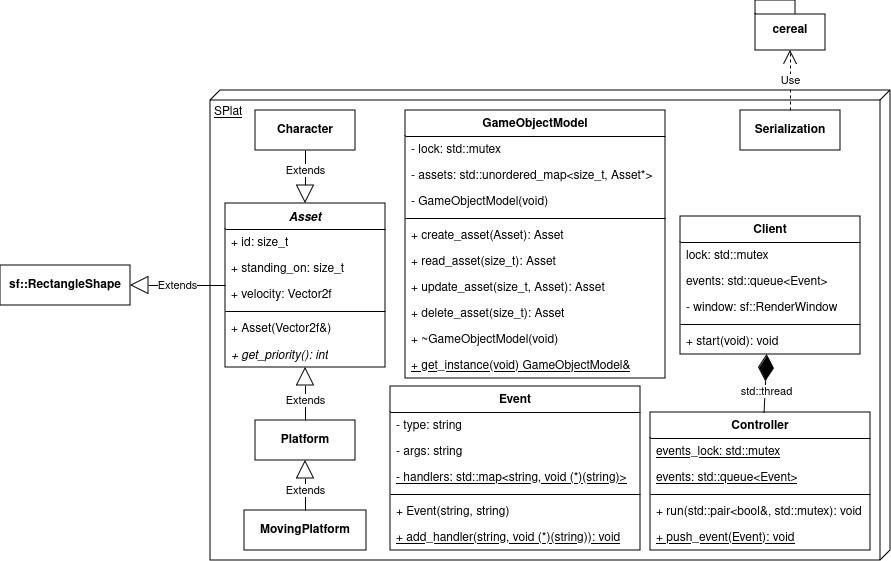
Earlier version of the draw.io export uml/splat_i1_initial.png (mwhicks-dev/SPlat). Source tidied: cells renumbered, new cells last; positions are measured from the earlier drawing's top-left corner, leaving out a move shared by most shapes.
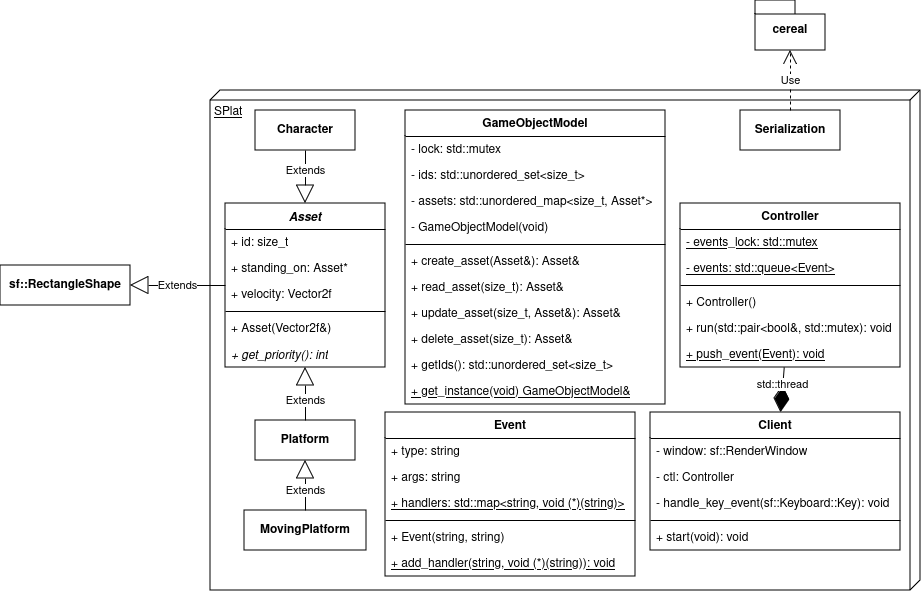
The same file after the commit.

Commit message:
Updated UML with implemented types #3

Change to the diagram source:
```diff
@@ -3,7 +3,7 @@
     <mxCell id="0" />
     <mxCell id="1" parent="0" />
     <mxCell id="2" value="SPlat" style="verticalAlign=top;align=left;spacingTop=8;spacingLeft=2;spacingRight=12;shape=cube;size=10;direction=south;fontStyle=4;html=1;whiteSpace=wrap;" parent="1" vertex="1">
-      <mxGeometry x="210" y="90" width="680" height="470" as="geometry" />
+      <mxGeometry x="210" y="90" width="710" height="500" as="geometry" />
     </mxCell>
     <mxCell id="3" value="&lt;b&gt;sf::RectangleShape&lt;/b&gt;" style="rounded=0;whiteSpace=wrap;html=1;" parent="1" vertex="1">
       <mxGeometry y="265" width="130" height="40" as="geometry" />
@@ -14,7 +14,7 @@
     <mxCell id="5" value="+ id: size_t" style="text;strokeColor=none;fillColor=none;align=left;verticalAlign=top;spacingLeft=4;spacingRight=4;overflow=hidden;whiteSpace=wrap;html=1;fontStyle=0;" parent="4" vertex="1">
       <mxGeometry y="26" width="160" height="26" as="geometry" />
     </mxCell>
-    <mxCell id="6" value="+ standing_on: size_t" style="text;strokeColor=none;fillColor=none;align=left;verticalAlign=top;spacingLeft=4;spacingRight=4;overflow=hidden;whiteSpace=wrap;html=1;fontStyle=0;" parent="4" vertex="1">
+    <mxCell id="6" value="+ standing_on: Asset*" style="text;strokeColor=none;fillColor=none;align=left;verticalAlign=top;spacingLeft=4;spacingRight=4;overflow=hidden;whiteSpace=wrap;html=1;fontStyle=0;" parent="4" vertex="1">
       <mxGeometry y="52" width="160" height="26" as="geometry" />
     </mxCell>
     <mxCell id="7" value="+ velocity: Vector2f" style="text;strokeColor=none;fillColor=none;align=left;verticalAlign=top;spacingLeft=4;spacingRight=4;overflow=hidden;whiteSpace=wrap;html=1;fontStyle=0;" parent="4" vertex="1">
@@ -51,73 +51,79 @@
       <mxGeometry x="-0.2" relative="1" as="geometry" />
     </mxCell>
     <mxCell id="18" value="GameObjectModel" style="swimlane;fontStyle=1;align=center;verticalAlign=top;horizontal=1;startSize=26;whiteSpace=wrap;html=1;" parent="1" vertex="1">
-      <mxGeometry x="405" y="110" width="260" height="268" as="geometry" />
+      <mxGeometry x="405" y="110" width="260" height="294" as="geometry" />
     </mxCell>
     <mxCell id="19" value="- lock: std::mutex" style="text;strokeColor=none;fillColor=none;align=left;verticalAlign=top;spacingLeft=4;spacingRight=4;overflow=hidden;whiteSpace=wrap;html=1;fontStyle=0;" parent="18" vertex="1">
       <mxGeometry y="26" width="260" height="26" as="geometry" />
     </mxCell>
+    <mxCell id="53" value="- ids: std::unordered_set&amp;lt;size_t&amp;gt;" style="text;strokeColor=none;fillColor=none;align=left;verticalAlign=top;spacingLeft=4;spacingRight=4;overflow=hidden;whiteSpace=wrap;html=1;fontStyle=0;" parent="18" vertex="1">
+      <mxGeometry y="52" width="260" height="26" as="geometry" />
+    </mxCell>
     <mxCell id="20" value="- assets: std::unordered_map&amp;lt;size_t, Asset*&amp;gt;" style="text;strokeColor=none;fillColor=none;align=left;verticalAlign=top;spacingLeft=4;spacingRight=4;overflow=hidden;whiteSpace=wrap;html=1;fontStyle=0;" parent="18" vertex="1">
-      <mxGeometry y="52" width="260" height="26" as="geometry" />
+      <mxGeometry y="78" width="260" height="26" as="geometry" />
     </mxCell>
     <mxCell id="21" value="- GameObjectModel(void)" style="text;strokeColor=none;fillColor=none;align=left;verticalAlign=top;spacingLeft=4;spacingRight=4;overflow=hidden;whiteSpace=wrap;html=1;fontStyle=0;" parent="18" vertex="1">
-      <mxGeometry y="78" width="260" height="26" as="geometry" />
+      <mxGeometry y="104" width="260" height="26" as="geometry" />
     </mxCell>
     <mxCell id="22" style="line;strokeWidth=1;fillColor=none;align=left;verticalAlign=middle;spacingTop=-1;spacingLeft=3;spacingRight=3;labelPosition=right;strokeColor=inherit;" parent="18" vertex="1">
-      <mxGeometry y="104" width="260" height="8" as="geometry" />
+      <mxGeometry y="130" width="260" height="8" as="geometry" />
     </mxCell>
-    <mxCell id="23" value="+ create_asset(Asset): Asset" style="text;strokeColor=none;fillColor=none;align=left;verticalAlign=top;spacingLeft=4;spacingRight=4;overflow=hidden;whiteSpace=wrap;html=1;fontStyle=0;" parent="18" vertex="1">
-      <mxGeometry y="112" width="260" height="26" as="geometry" />
+    <mxCell id="23" value="+ create_asset(Asset&amp;amp;): Asset&amp;amp;" style="text;strokeColor=none;fillColor=none;align=left;verticalAlign=top;spacingLeft=4;spacingRight=4;overflow=hidden;whiteSpace=wrap;html=1;fontStyle=0;" parent="18" vertex="1">
+      <mxGeometry y="138" width="260" height="26" as="geometry" />
     </mxCell>
-    <mxCell id="24" value="+ read_asset(size_t): Asset" style="text;strokeColor=none;fillColor=none;align=left;verticalAlign=top;spacingLeft=4;spacingRight=4;overflow=hidden;whiteSpace=wrap;html=1;fontStyle=0;" parent="18" vertex="1">
-      <mxGeometry y="138" width="260" height="26" as="geometry" />
+    <mxCell id="24" value="+ read_asset(size_t): Asset&amp;amp;" style="text;strokeColor=none;fillColor=none;align=left;verticalAlign=top;spacingLeft=4;spacingRight=4;overflow=hidden;whiteSpace=wrap;html=1;fontStyle=0;" parent="18" vertex="1">
+      <mxGeometry y="164" width="260" height="26" as="geometry" />
     </mxCell>
-    <mxCell id="25" value="+ update_asset(size_t, Asset): Asset" style="text;strokeColor=none;fillColor=none;align=left;verticalAlign=top;spacingLeft=4;spacingRight=4;overflow=hidden;whiteSpace=wrap;html=1;fontStyle=0;" parent="18" vertex="1">
-      <mxGeometry y="164" width="260" height="26" as="geometry" />
+    <mxCell id="25" value="+ update_asset(size_t, Asset&amp;amp;): Asset&amp;amp;" style="text;strokeColor=none;fillColor=none;align=left;verticalAlign=top;spacingLeft=4;spacingRight=4;overflow=hidden;whiteSpace=wrap;html=1;fontStyle=0;" parent="18" vertex="1">
+      <mxGeometry y="190" width="260" height="26" as="geometry" />
     </mxCell>
-    <mxCell id="26" value="+ delete_asset(size_t): Asset" style="text;strokeColor=none;fillColor=none;align=left;verticalAlign=top;spacingLeft=4;spacingRight=4;overflow=hidden;whiteSpace=wrap;html=1;fontStyle=0;" parent="18" vertex="1">
-      <mxGeometry y="190" width="260" height="26" as="geometry" />
+    <mxCell id="26" value="+ delete_asset(size_t): Asset&amp;amp;" style="text;strokeColor=none;fillColor=none;align=left;verticalAlign=top;spacingLeft=4;spacingRight=4;overflow=hidden;whiteSpace=wrap;html=1;fontStyle=0;" parent="18" vertex="1">
+      <mxGeometry y="216" width="260" height="26" as="geometry" />
     </mxCell>
-    <mxCell id="27" value="+ ~GameObjectModel(void)" style="text;strokeColor=none;fillColor=none;align=left;verticalAlign=top;spacingLeft=4;spacingRight=4;overflow=hidden;whiteSpace=wrap;html=1;fontStyle=0;" parent="18" vertex="1">
-      <mxGeometry y="216" width="260" height="26" as="geometry" />
-    </mxCell>
+    <mxCell id="54" value="+ getIds(): std::unordered_set&amp;lt;size_t&amp;gt;" style="text;strokeColor=none;fillColor=none;align=left;verticalAlign=top;spacingLeft=4;spacingRight=4;overflow=hidden;whiteSpace=wrap;html=1;fontStyle=0;" parent="18" vertex="1">
+      <mxGeometry y="242" width="260" height="26" as="geometry" />
+    </mxCell>
     <mxCell id="28" value="+ get_instance(void) GameObjectModel&amp;amp;" style="text;strokeColor=none;fillColor=none;align=left;verticalAlign=top;spacingLeft=4;spacingRight=4;overflow=hidden;whiteSpace=wrap;html=1;fontStyle=4;" parent="18" vertex="1">
-      <mxGeometry y="242" width="260" height="26" as="geometry" />
+      <mxGeometry y="268" width="260" height="26" as="geometry" />
     </mxCell>
     <mxCell id="29" value="Client" style="swimlane;fontStyle=1;align=center;verticalAlign=top;horizontal=1;startSize=26;whiteSpace=wrap;html=1;" parent="1" vertex="1">
-      <mxGeometry x="680" y="216" width="180" height="138" as="geometry" />
+      <mxGeometry x="650" y="412" width="250" height="138" as="geometry" />
     </mxCell>
-    <mxCell id="30" value="lock: std::mutex" style="text;strokeColor=none;fillColor=none;align=left;verticalAlign=top;spacingLeft=4;spacingRight=4;overflow=hidden;whiteSpace=wrap;html=1;" parent="29" vertex="1">
-      <mxGeometry y="26" width="180" height="26" as="geometry" />
-    </mxCell>
-    <mxCell id="31" value="events: std::queue&amp;lt;Event&amp;gt;" style="text;strokeColor=none;fillColor=none;align=left;verticalAlign=top;spacingLeft=4;spacingRight=4;overflow=hidden;whiteSpace=wrap;html=1;" parent="29" vertex="1">
-      <mxGeometry y="52" width="180" height="26" as="geometry" />
-    </mxCell>
     <mxCell id="32" value="- window: sf::RenderWindow" style="text;strokeColor=none;fillColor=none;align=left;verticalAlign=top;spacingLeft=4;spacingRight=4;overflow=hidden;whiteSpace=wrap;html=1;" parent="29" vertex="1">
-      <mxGeometry y="78" width="180" height="26" as="geometry" />
+      <mxGeometry y="26" width="250" height="26" as="geometry" />
     </mxCell>
+    <mxCell id="55" value="- ctl: Controller" style="text;strokeColor=none;fillColor=none;align=left;verticalAlign=top;spacingLeft=4;spacingRight=4;overflow=hidden;whiteSpace=wrap;html=1;" parent="29" vertex="1">
+      <mxGeometry y="52" width="250" height="26" as="geometry" />
+    </mxCell>
+    <mxCell id="56" value="- handle_key_event(sf::Keyboard::Key): void" style="text;strokeColor=none;fillColor=none;align=left;verticalAlign=top;spacingLeft=4;spacingRight=4;overflow=hidden;whiteSpace=wrap;html=1;" parent="29" vertex="1">
+      <mxGeometry y="78" width="250" height="26" as="geometry" />
+    </mxCell>
     <mxCell id="33" style="line;strokeWidth=1;fillColor=none;align=left;verticalAlign=middle;spacingTop=-1;spacingLeft=3;spacingRight=3;labelPosition=right;strokeColor=inherit;" parent="29" vertex="1">
-      <mxGeometry y="104" width="180" height="8" as="geometry" />
+      <mxGeometry y="104" width="250" height="8" as="geometry" />
     </mxCell>
     <mxCell id="34" value="+ start(void): void" style="text;strokeColor=none;fillColor=none;align=left;verticalAlign=top;spacingLeft=4;spacingRight=4;overflow=hidden;whiteSpace=wrap;html=1;" parent="29" vertex="1">
-      <mxGeometry y="112" width="180" height="26" as="geometry" />
+      <mxGeometry y="112" width="250" height="26" as="geometry" />
     </mxCell>
     <mxCell id="35" value="Controller" style="swimlane;fontStyle=1;align=center;verticalAlign=top;horizontal=1;startSize=26;whiteSpace=wrap;html=1;" parent="1" vertex="1">
-      <mxGeometry x="650" y="412" width="220" height="138" as="geometry" />
+      <mxGeometry x="680" y="203" width="220" height="164" as="geometry" />
     </mxCell>
-    <mxCell id="36" value="events_lock: std::mutex" style="text;strokeColor=none;fillColor=none;align=left;verticalAlign=top;spacingLeft=4;spacingRight=4;overflow=hidden;whiteSpace=wrap;html=1;fontStyle=4;" parent="35" vertex="1">
+    <mxCell id="36" value="- events_lock: std::mutex" style="text;strokeColor=none;fillColor=none;align=left;verticalAlign=top;spacingLeft=4;spacingRight=4;overflow=hidden;whiteSpace=wrap;html=1;fontStyle=4;" parent="35" vertex="1">
       <mxGeometry y="26" width="220" height="26" as="geometry" />
     </mxCell>
-    <mxCell id="37" value="events: std::queue&amp;lt;Event&amp;gt;" style="text;strokeColor=none;fillColor=none;align=left;verticalAlign=top;spacingLeft=4;spacingRight=4;overflow=hidden;whiteSpace=wrap;html=1;fontStyle=4;" parent="35" vertex="1">
+    <mxCell id="37" value="- events: std::queue&amp;lt;Event&amp;gt;" style="text;strokeColor=none;fillColor=none;align=left;verticalAlign=top;spacingLeft=4;spacingRight=4;overflow=hidden;whiteSpace=wrap;html=1;fontStyle=4;" parent="35" vertex="1">
       <mxGeometry y="52" width="220" height="26" as="geometry" />
     </mxCell>
     <mxCell id="38" style="line;strokeWidth=1;fillColor=none;align=left;verticalAlign=middle;spacingTop=-1;spacingLeft=3;spacingRight=3;labelPosition=right;strokeColor=inherit;" parent="35" vertex="1">
       <mxGeometry y="78" width="220" height="8" as="geometry" />
     </mxCell>
+    <mxCell id="57" value="+ Controller()" style="text;strokeColor=none;fillColor=none;align=left;verticalAlign=top;spacingLeft=4;spacingRight=4;overflow=hidden;whiteSpace=wrap;html=1;" parent="35" vertex="1">
+      <mxGeometry y="86" width="220" height="26" as="geometry" />
+    </mxCell>
     <mxCell id="39" value="+ run(std::pair&amp;lt;bool&amp;amp;, std::mutex): void" style="text;strokeColor=none;fillColor=none;align=left;verticalAlign=top;spacingLeft=4;spacingRight=4;overflow=hidden;whiteSpace=wrap;html=1;" parent="35" vertex="1">
-      <mxGeometry y="86" width="220" height="26" as="geometry" />
+      <mxGeometry y="112" width="220" height="26" as="geometry" />
     </mxCell>
     <mxCell id="40" value="+ push_event(Event): void" style="text;strokeColor=none;fillColor=none;align=left;verticalAlign=top;spacingLeft=4;spacingRight=4;overflow=hidden;whiteSpace=wrap;html=1;fontStyle=4;" parent="35" vertex="1">
-      <mxGeometry y="112" width="220" height="26" as="geometry" />
+      <mxGeometry y="138" width="220" height="26" as="geometry" />
     </mxCell>
     <mxCell id="41" style="endArrow=diamondThin;endFill=1;endSize=24;html=1;rounded=0;" parent="1" edge="1" source="35" target="29">
       <mxGeometry relative="1" as="geometry" />
@@ -126,15 +132,15 @@
       <mxGeometry x="-0.24" y="-1" relative="1" as="geometry" />
     </mxCell>
     <mxCell id="43" value="Event" style="swimlane;fontStyle=1;align=center;verticalAlign=top;horizontal=1;startSize=26;whiteSpace=wrap;html=1;" parent="1" vertex="1">
-      <mxGeometry x="390" y="386" width="250" height="164" as="geometry" />
+      <mxGeometry x="385" y="412" width="250" height="164" as="geometry" />
     </mxCell>
-    <mxCell id="44" value="- type: string" style="text;strokeColor=none;fillColor=none;align=left;verticalAlign=top;spacingLeft=4;spacingRight=4;overflow=hidden;whiteSpace=wrap;html=1;" parent="43" vertex="1">
+    <mxCell id="44" value="+ type: string" style="text;strokeColor=none;fillColor=none;align=left;verticalAlign=top;spacingLeft=4;spacingRight=4;overflow=hidden;whiteSpace=wrap;html=1;" parent="43" vertex="1">
       <mxGeometry y="26" width="250" height="26" as="geometry" />
     </mxCell>
-    <mxCell id="45" value="- args: string" style="text;strokeColor=none;fillColor=none;align=left;verticalAlign=top;spacingLeft=4;spacingRight=4;overflow=hidden;whiteSpace=wrap;html=1;" parent="43" vertex="1">
+    <mxCell id="45" value="+ args: string" style="text;strokeColor=none;fillColor=none;align=left;verticalAlign=top;spacingLeft=4;spacingRight=4;overflow=hidden;whiteSpace=wrap;html=1;" parent="43" vertex="1">
       <mxGeometry y="52" width="250" height="26" as="geometry" />
     </mxCell>
-    <mxCell id="46" value="- handlers: std::map&amp;lt;string, void (*)(string)&amp;gt;" style="text;strokeColor=none;fillColor=none;align=left;verticalAlign=top;spacingLeft=4;spacingRight=4;overflow=hidden;whiteSpace=wrap;html=1;fontStyle=4;" parent="43" vertex="1">
+    <mxCell id="46" value="+ handlers: std::map&amp;lt;string, void (*)(string)&amp;gt;" style="text;strokeColor=none;fillColor=none;align=left;verticalAlign=top;spacingLeft=4;spacingRight=4;overflow=hidden;whiteSpace=wrap;html=1;fontStyle=4;" parent="43" vertex="1">
       <mxGeometry y="78" width="250" height="26" as="geometry" />
     </mxCell>
     <mxCell id="47" style="line;strokeWidth=1;fillColor=none;align=left;verticalAlign=middle;spacingTop=-1;spacingLeft=3;spacingRight=3;labelPosition=right;strokeColor=inherit;" parent="43" vertex="1">
```
